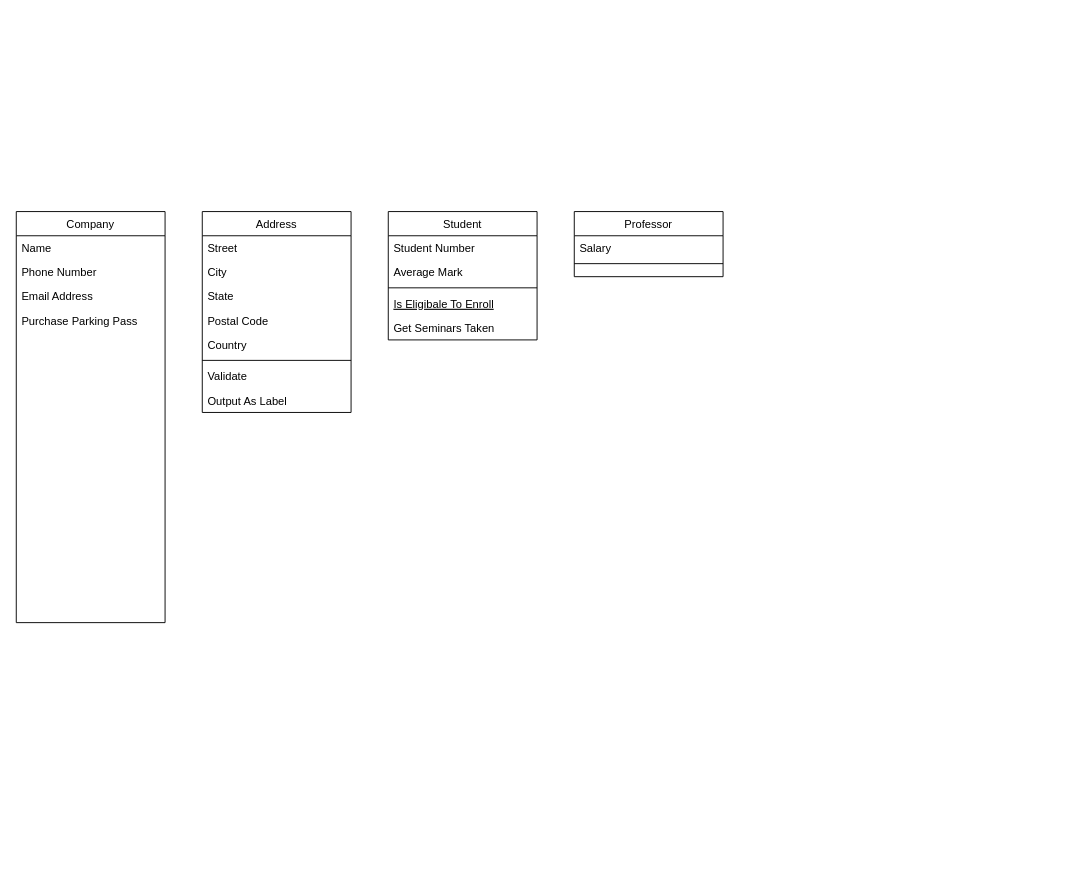
The draw.io diagram b2bdb.drawio in hyperhunt/arch, before the edit. Source tidied: cells renumbered, new cells numbered last; positions are measured from the earlier drawing's top-left corner, leaving out a move shared by most shapes. Both pictures are drawn from the tidied source at 93%, with x=0, y=0 at pixel (16, 211).
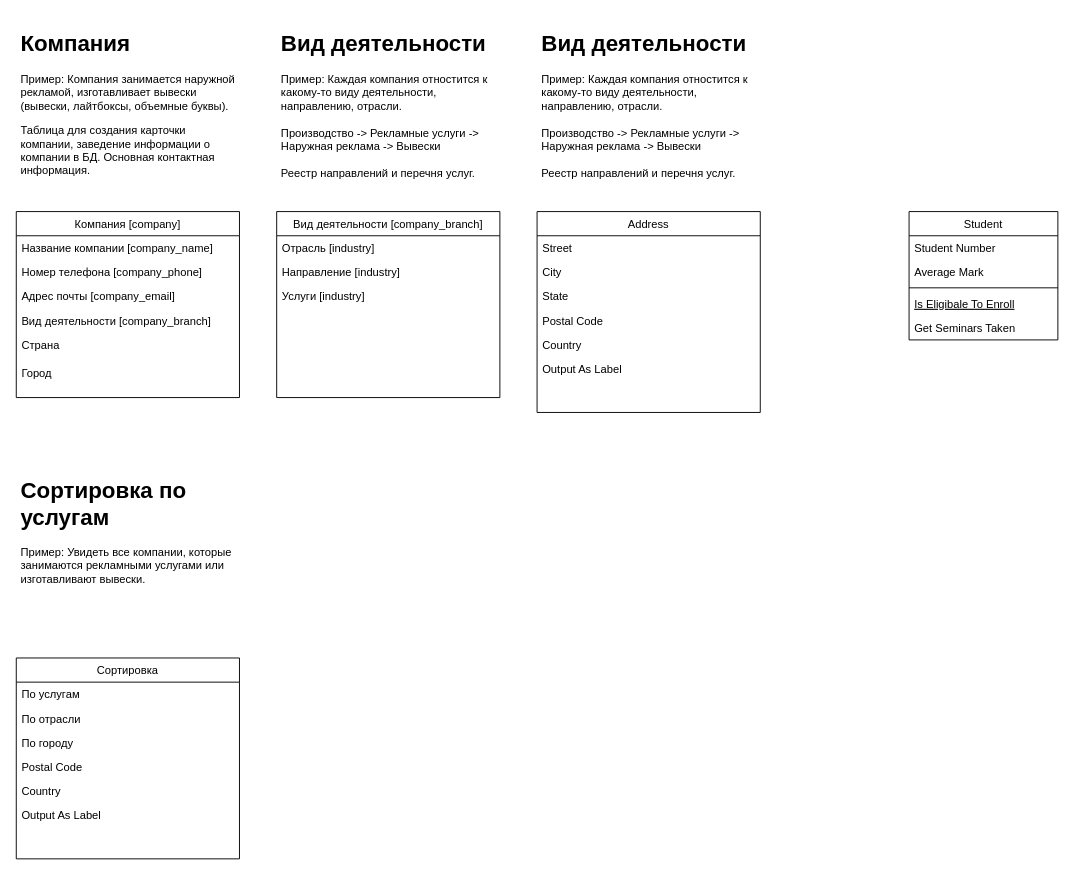
The same diagram, later.

Change to the diagram source:
```diff
@@
-    <mxCell id="2" value="Company" style="swimlane;fontStyle=0;align=center;verticalAlign=top;horizontal=1;startSize=26;rounded=0;shadow=0;strokeWidth=1;" parent="1" vertex="1">
-      <mxGeometry width="160" height="442" as="geometry" />
+    <mxCell id="2" value="Компания [company]" style="swimlane;fontStyle=0;align=center;verticalAlign=top;horizontal=1;startSize=26;rounded=0;shadow=0;strokeWidth=1;" parent="1" vertex="1">
+      <mxGeometry width="240" height="200" as="geometry" />
     </mxCell>
-    <mxCell id="3" value="Name" style="text;align=left;verticalAlign=top;spacingLeft=4;spacingRight=4;overflow=hidden;" parent="2" vertex="1">
-      <mxGeometry y="26" width="160" height="26" as="geometry" />
+    <mxCell id="3" value="Название компании [company_name]" style="text;align=left;verticalAlign=top;spacingLeft=4;spacingRight=4;overflow=hidden;" parent="2" vertex="1">
+      <mxGeometry y="26" width="240" height="26" as="geometry" />
     </mxCell>
-    <mxCell id="4" value="Phone Number" style="text;align=left;verticalAlign=top;spacingLeft=4;spacingRight=4;overflow=hidden;rounded=0;shadow=0;html=0;" parent="2" vertex="1">
-      <mxGeometry y="52" width="160" height="26" as="geometry" />
+    <mxCell id="4" value="Номер телефона [company_phone]" style="text;align=left;verticalAlign=top;spacingLeft=4;spacingRight=4;overflow=hidden;rounded=0;shadow=0;html=0;" parent="2" vertex="1">
+      <mxGeometry y="52" width="240" height="26" as="geometry" />
     </mxCell>
-    <mxCell id="5" value="Email Address" style="text;align=left;verticalAlign=top;spacingLeft=4;spacingRight=4;overflow=hidden;rounded=0;shadow=0;html=0;" parent="2" vertex="1">
-      <mxGeometry y="78" width="160" height="26" as="geometry" />
+    <mxCell id="5" value="Адрес почты [company_email]" style="text;align=left;verticalAlign=top;spacingLeft=4;spacingRight=4;overflow=hidden;rounded=0;shadow=0;html=0;" parent="2" vertex="1">
+      <mxGeometry y="78" width="240" height="26" as="geometry" />
     </mxCell>
-    <mxCell id="6" value="Purchase Parking Pass" style="text;align=left;verticalAlign=top;spacingLeft=4;spacingRight=4;overflow=hidden;" parent="2" vertex="1">
-      <mxGeometry y="104" width="160" height="36" as="geometry" />
+    <mxCell id="6" value="Вид деятельности [company_branch]" style="text;align=left;verticalAlign=top;spacingLeft=4;spacingRight=4;overflow=hidden;" parent="2" vertex="1">
+      <mxGeometry y="104" width="240" height="36" as="geometry" />
     </mxCell>
     <mxCell id="7" value="Student" style="swimlane;fontStyle=0;align=center;verticalAlign=top;horizontal=1;startSize=26;rounded=0;shadow=0;strokeWidth=1;" parent="1" vertex="1">
-      <mxGeometry x="400" width="160" height="138" as="geometry" />
+      <mxGeometry x="960" width="160" height="138" as="geometry" />
     </mxCell>
@@
-    <mxCell id="13" value="Professor" style="swimlane;fontStyle=0;align=center;verticalAlign=top;horizontal=1;startSize=26;rounded=0;shadow=0;strokeWidth=1;" parent="1" vertex="1">
-      <mxGeometry x="600" width="160" height="70" as="geometry" />
+    <mxCell id="13" value="Вид деятельности [company_branch]" style="swimlane;fontStyle=0;align=center;verticalAlign=top;horizontal=1;startSize=26;rounded=0;shadow=0;strokeWidth=1;" parent="1" vertex="1">
+      <mxGeometry x="280" width="240" height="200" as="geometry" />
     </mxCell>
-    <mxCell id="14" value="Salary" style="text;align=left;verticalAlign=top;spacingLeft=4;spacingRight=4;overflow=hidden;" parent="13" vertex="1">
-      <mxGeometry y="26" width="160" height="26" as="geometry" />
+    <mxCell id="14" value="Отрасль [industry]" style="text;align=left;verticalAlign=top;spacingLeft=4;spacingRight=4;overflow=hidden;" parent="13" vertex="1">
+      <mxGeometry y="26" width="240" height="26" as="geometry" />
     </mxCell>
-    <mxCell id="15" style="line;html=1;strokeWidth=1;align=left;verticalAlign=middle;spacingTop=-1;spacingLeft=3;spacingRight=3;labelPosition=right;" parent="13" vertex="1">
-      <mxGeometry y="52" width="160" height="8" as="geometry" />
-    </mxCell>
+    <mxCell id="25" value="Направление [industry]" style="text;align=left;verticalAlign=top;spacingLeft=4;spacingRight=4;overflow=hidden;" parent="13" vertex="1">
+      <mxGeometry y="52" width="240" height="26" as="geometry" />
+    </mxCell>
+    <mxCell id="26" value="Услуги [industry]" style="text;align=left;verticalAlign=top;spacingLeft=4;spacingRight=4;overflow=hidden;" parent="13" vertex="1">
+      <mxGeometry y="78" width="240" height="26" as="geometry" />
+    </mxCell>
     <mxCell id="16" value="Address" style="swimlane;fontStyle=0;align=center;verticalAlign=top;horizontal=1;startSize=26;rounded=0;shadow=0;strokeWidth=1;" parent="1" vertex="1">
-      <mxGeometry x="200" width="160" height="216" as="geometry" />
+      <mxGeometry x="560" width="240" height="216" as="geometry" />
     </mxCell>
     <mxCell id="17" value="Street" style="text;align=left;verticalAlign=top;spacingLeft=4;spacingRight=4;overflow=hidden;" parent="16" vertex="1">
-      <mxGeometry y="26" width="160" height="26" as="geometry" />
+      <mxGeometry y="26" width="240" height="26" as="geometry" />
     </mxCell>
     <mxCell id="18" value="City" style="text;align=left;verticalAlign=top;spacingLeft=4;spacingRight=4;overflow=hidden;rounded=0;shadow=0;html=0;" parent="16" vertex="1">
-      <mxGeometry y="52" width="160" height="26" as="geometry" />
+      <mxGeometry y="52" width="240" height="26" as="geometry" />
     </mxCell>
     <mxCell id="19" value="State" style="text;align=left;verticalAlign=top;spacingLeft=4;spacingRight=4;overflow=hidden;rounded=0;shadow=0;html=0;" parent="16" vertex="1">
-      <mxGeometry y="78" width="160" height="26" as="geometry" />
+      <mxGeometry y="78" width="240" height="26" as="geometry" />
     </mxCell>
     <mxCell id="20" value="Postal Code" style="text;align=left;verticalAlign=top;spacingLeft=4;spacingRight=4;overflow=hidden;rounded=0;shadow=0;html=0;" parent="16" vertex="1">
-      <mxGeometry y="104" width="160" height="26" as="geometry" />
+      <mxGeometry y="104" width="240" height="26" as="geometry" />
     </mxCell>
     <mxCell id="21" value="Country" style="text;align=left;verticalAlign=top;spacingLeft=4;spacingRight=4;overflow=hidden;rounded=0;shadow=0;html=0;" parent="16" vertex="1">
-      <mxGeometry y="130" width="160" height="26" as="geometry" />
+      <mxGeometry y="130" width="240" height="26" as="geometry" />
     </mxCell>
-    <mxCell id="22" style="line;html=1;strokeWidth=1;align=left;verticalAlign=middle;spacingTop=-1;spacingLeft=3;spacingRight=3;labelPosition=right;" parent="16" vertex="1">
-      <mxGeometry y="156" width="160" height="8" as="geometry" />
-    </mxCell>
-    <mxCell id="23" value="Validate" style="text;align=left;verticalAlign=top;spacingLeft=4;spacingRight=4;overflow=hidden;" parent="16" vertex="1">
-      <mxGeometry y="164" width="160" height="26" as="geometry" />
-    </mxCell>
     <mxCell id="24" value="Output As Label" style="text;align=left;verticalAlign=top;spacingLeft=4;spacingRight=4;overflow=hidden;" parent="16" vertex="1">
-      <mxGeometry y="190" width="160" height="26" as="geometry" />
+      <mxGeometry y="156" width="240" height="26" as="geometry" />
     </mxCell>
+    <mxCell id="27" value="&lt;h1&gt;Компания&lt;/h1&gt;&lt;p&gt;Пример: Компания занимается наружной рекламой, изготавливает вывески (вывески, лайтбоксы, объемные буквы).&lt;/p&gt;&lt;p&gt;Таблица для создания карточки компании, заведение информации о компании в БД. Основная контактная информация.&lt;br&gt;&lt;/p&gt;" style="text;html=1;strokeColor=none;fillColor=none;spacing=5;spacingTop=-20;whiteSpace=wrap;overflow=hidden;rounded=0;" parent="1" vertex="1">
+      <mxGeometry y="-200" width="240" height="170" as="geometry" />
+    </mxCell>
+    <mxCell id="28" value="&lt;h1&gt;Вид деятельности&lt;br&gt;&lt;/h1&gt;&lt;p&gt;Пример: Каждая компания отностится к какому-то виду деятельности, направлению, отрасли.&lt;br&gt;&lt;br&gt;Производство -&amp;gt; Рекламные услуги -&amp;gt; Наружная реклама -&amp;gt; Вывески&lt;br&gt;&lt;br&gt;Реестр направлений и перечня услуг.&lt;br&gt;&lt;/p&gt;" style="text;html=1;strokeColor=none;fillColor=none;spacing=5;spacingTop=-20;whiteSpace=wrap;overflow=hidden;rounded=0;" parent="1" vertex="1">
+      <mxGeometry x="280" y="-200" width="240" height="170" as="geometry" />
+    </mxCell>
+    <mxCell id="29" value="&lt;h1&gt;Вид деятельности&lt;br&gt;&lt;/h1&gt;&lt;p&gt;Пример: Каждая компания отностится к какому-то виду деятельности, направлению, отрасли.&lt;br&gt;&lt;br&gt;Производство -&amp;gt; Рекламные услуги -&amp;gt; Наружная реклама -&amp;gt; Вывески&lt;br&gt;&lt;br&gt;Реестр направлений и перечня услуг.&lt;br&gt;&lt;/p&gt;" style="text;html=1;strokeColor=none;fillColor=none;spacing=5;spacingTop=-20;whiteSpace=wrap;overflow=hidden;rounded=0;" parent="1" vertex="1">
+      <mxGeometry x="560" y="-200" width="240" height="170" as="geometry" />
+    </mxCell>
+    <mxCell id="30" value="Сортировка" style="swimlane;fontStyle=0;align=center;verticalAlign=top;horizontal=1;startSize=26;rounded=0;shadow=0;strokeWidth=1;" parent="1" vertex="1">
+      <mxGeometry y="480" width="240" height="216" as="geometry" />
+    </mxCell>
+    <mxCell id="31" value="По услугам" style="text;align=left;verticalAlign=top;spacingLeft=4;spacingRight=4;overflow=hidden;" parent="30" vertex="1">
+      <mxGeometry y="26" width="240" height="26" as="geometry" />
+    </mxCell>
+    <mxCell id="32" value="По отрасли" style="text;align=left;verticalAlign=top;spacingLeft=4;spacingRight=4;overflow=hidden;rounded=0;shadow=0;html=0;" parent="30" vertex="1">
+      <mxGeometry y="52" width="240" height="26" as="geometry" />
+    </mxCell>
+    <mxCell id="33" value="По городу" style="text;align=left;verticalAlign=top;spacingLeft=4;spacingRight=4;overflow=hidden;rounded=0;shadow=0;html=0;" parent="30" vertex="1">
+      <mxGeometry y="78" width="240" height="26" as="geometry" />
+    </mxCell>
+    <mxCell id="34" value="Postal Code" style="text;align=left;verticalAlign=top;spacingLeft=4;spacingRight=4;overflow=hidden;rounded=0;shadow=0;html=0;" parent="30" vertex="1">
+      <mxGeometry y="104" width="240" height="26" as="geometry" />
+    </mxCell>
+    <mxCell id="35" value="Country" style="text;align=left;verticalAlign=top;spacingLeft=4;spacingRight=4;overflow=hidden;rounded=0;shadow=0;html=0;" parent="30" vertex="1">
+      <mxGeometry y="130" width="240" height="26" as="geometry" />
+    </mxCell>
+    <mxCell id="36" value="Output As Label" style="text;align=left;verticalAlign=top;spacingLeft=4;spacingRight=4;overflow=hidden;" parent="30" vertex="1">
+      <mxGeometry y="156" width="240" height="26" as="geometry" />
+    </mxCell>
+    <mxCell id="37" value="&lt;h1&gt;Сортировка по услугам&lt;br&gt;&lt;/h1&gt;&lt;p&gt;Пример: Увидеть все компании, которые занимаются рекламными услугами или изготавливают вывески.&lt;br&gt;&lt;/p&gt;" style="text;html=1;strokeColor=none;fillColor=none;spacing=5;spacingTop=-20;whiteSpace=wrap;overflow=hidden;rounded=0;" parent="1" vertex="1">
+      <mxGeometry y="280" width="240" height="170" as="geometry" />
+    </mxCell>
+    <mxCell id="38" value="Страна" style="text;align=left;verticalAlign=top;spacingLeft=4;spacingRight=4;overflow=hidden;" parent="1" vertex="1">
+      <mxGeometry y="130" width="240" height="36" as="geometry" />
+    </mxCell>
+    <mxCell id="39" value="Город" style="text;align=left;verticalAlign=top;spacingLeft=4;spacingRight=4;overflow=hidden;" parent="1" vertex="1">
+      <mxGeometry y="160" width="240" height="36" as="geometry" />
+    </mxCell>
```
